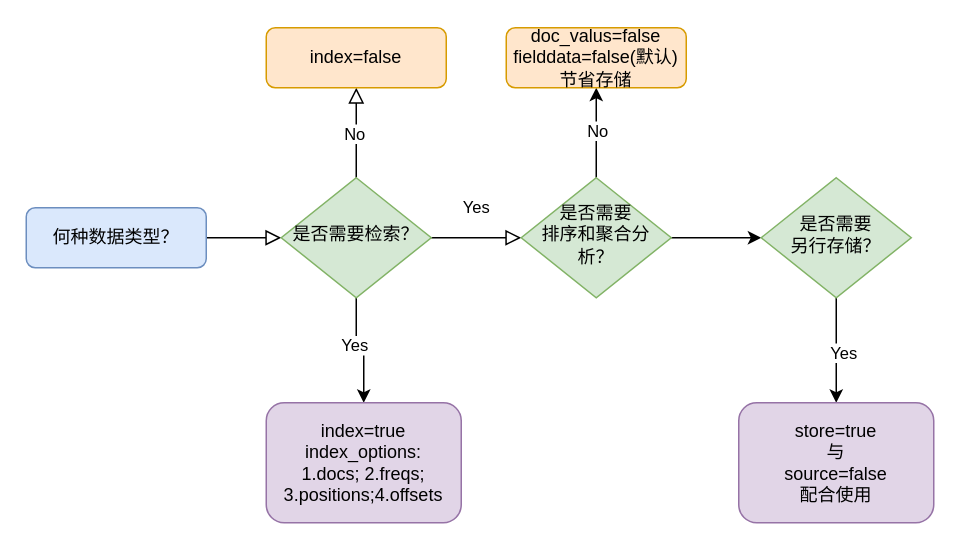
DemoLiu123321/drawio keeps this draw.io diagram as ES字段属性设计流程.drawio. Above is the earlier version. Source tidied: cells renumbered, new cells numbered last; positions are measured from the earlier drawing's top-left corner, leaving out a move shared by most shapes. Both pictures are drawn from the tidied source at 150%, with x=0, y=0 at pixel (26, 27).
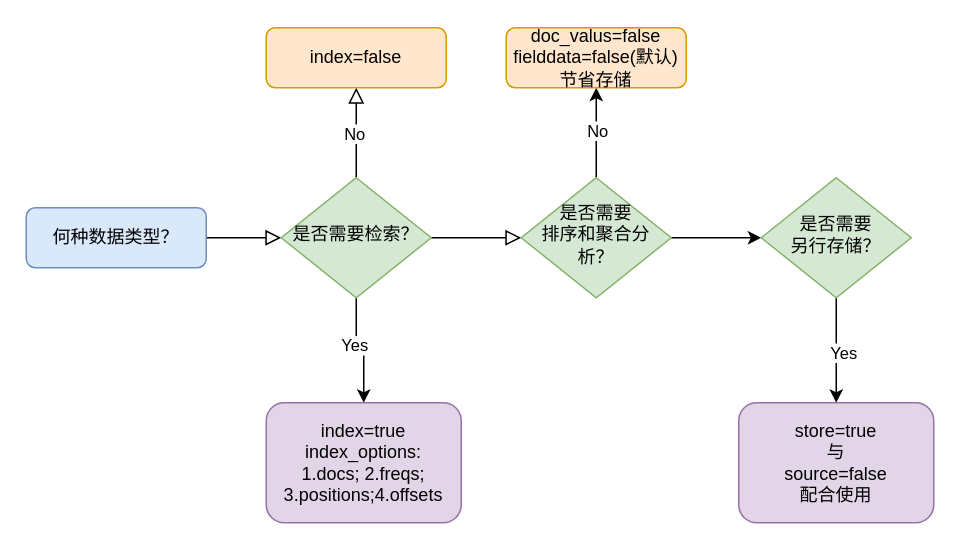
Above is the later version.

Commit message:
更新ES字段属性设计流程.drawio

The change refers to these unchanged cells:
```xml
<mxCell id="9" value="是否需要检索？" style="rhombus;whiteSpace=wrap;html=1;shadow=0;fontFamily=Helvetica;fontSize=12;align=center;strokeWidth=1;spacing=6;spacingTop=-4;fillColor=#d5e8d4;strokeColor=#82b366;" parent="1" vertex="1">
  <mxGeometry x="170" y="100" width="100" height="80" as="geometry" />
</mxCell>
<mxCell id="14" value="是否需要&lt;div&gt;排序和聚合分析？&lt;/div&gt;" style="rhombus;whiteSpace=wrap;html=1;shadow=0;fontFamily=Helvetica;fontSize=12;align=center;strokeWidth=1;spacing=6;spacingTop=-4;fillColor=#d5e8d4;strokeColor=#82b366;" parent="1" vertex="1">
  <mxGeometry x="330" y="100" width="100" height="80" as="geometry" />
</mxCell>
```

Diff of the diagram source:
```diff
@@
-    <mxCell id="4" value="Yes" style="rounded=0;html=1;jettySize=auto;fontSize=11;endArrow=block;endFill=0;endSize=8;strokeWidth=1;shadow=0;labelBackgroundColor=none;edgeStyle=orthogonalEdgeStyle;" parent="1" edge="1" source="9" target="14">
+    <mxCell id="4" style="rounded=0;html=1;jettySize=auto;fontSize=11;endArrow=block;endFill=0;endSize=8;strokeWidth=1;shadow=0;labelBackgroundColor=none;edgeStyle=orthogonalEdgeStyle;" parent="1" edge="1" source="9" target="14">
       <mxGeometry y="20" relative="1" as="geometry" />
     </mxCell>
```
